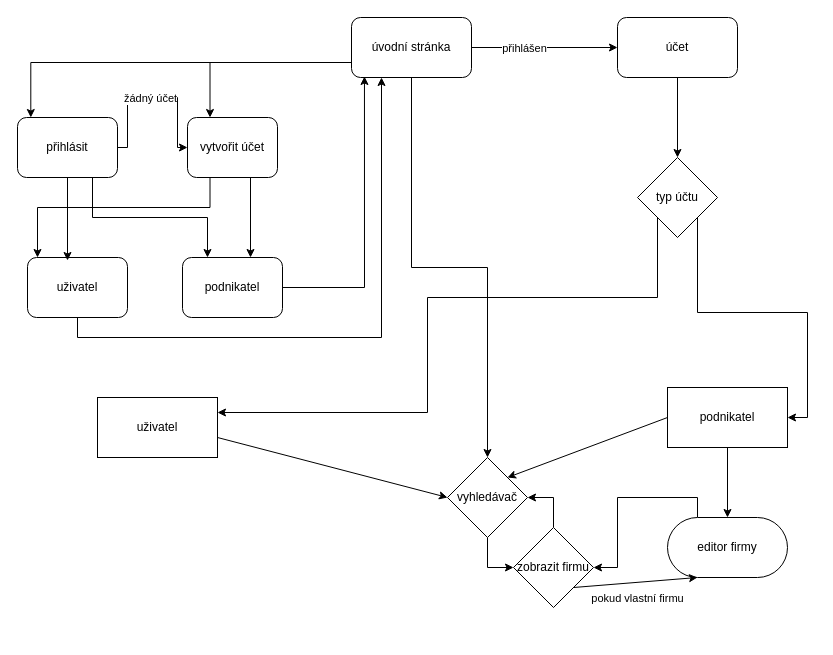
Above: Diagram bez názvu.drawio in PoseidonVltav/Kostka (draw.io), before the change. Source tidied: cells renumbered, new cells numbered last; positions are measured from the earlier drawing's top-left corner, leaving out a move shared by most shapes. Both pictures are drawn from the tidied source at 100%, with x=0, y=0 at pixel (17, 17).
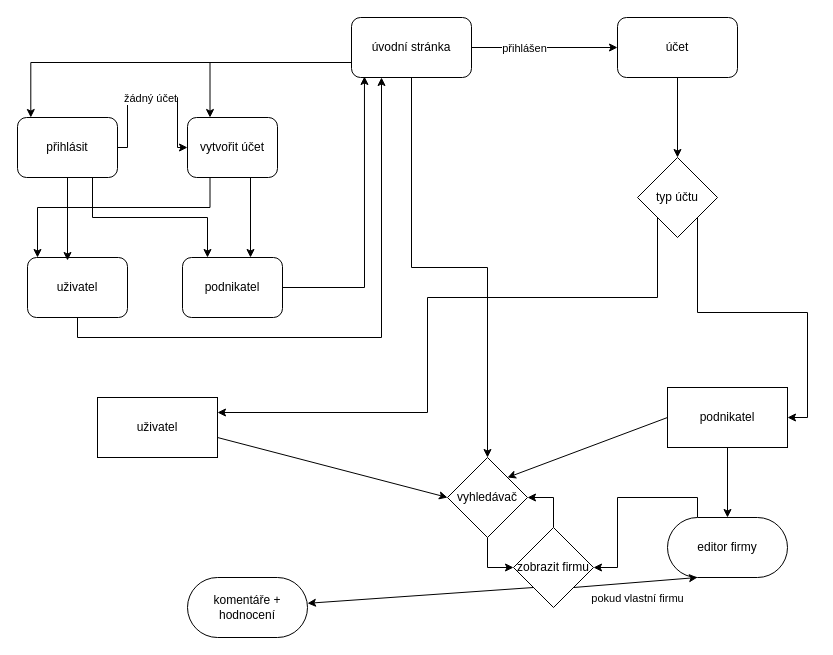
Above is the later version.

Commit message:
znovu uložení

The change refers to these unchanged cells:
```xml
<mxCell id="19" value="zobrazit firmu" style="rhombus;whiteSpace=wrap;html=1;" parent="1" vertex="1">
  <mxGeometry x="496" y="510" width="80" height="80" as="geometry" />
</mxCell>
```

What changed in the source:
```diff
@@
+    <mxCell id="38" style="endArrow=classic;html=1;rounded=0;exitX=0;exitY=1;exitDx=0;exitDy=0;" parent="1" edge="1" source="19" target="39">
+      <mxGeometry relative="1" as="geometry" />
+    </mxCell>
+    <mxCell id="39" value="komentáře + hodnocení" style="rounded=1;whiteSpace=wrap;html=1;arcSize=50;" parent="1" vertex="1">
+      <mxGeometry x="170" y="560" width="120" height="60" as="geometry" />
+    </mxCell>
```
